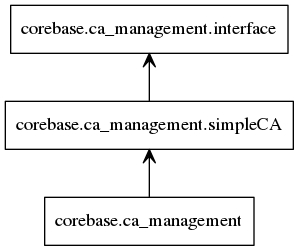
The Graphviz diagram docs/_static/png/ca_management_packages.png in luisza/dfva, before a commit. Its source is kept beside it as docs/_static/dot/ca_management_packages.dot. The source it was exported from:
```dot
digraph "packages" {
charset="utf-8"
rankdir=BT
"0" [label="corebase.ca_management", shape="box"];
"1" [label="corebase.ca_management.interface", shape="box"];
"2" [label="corebase.ca_management.simpleCA", shape="box"];
"0" -> "2" [arrowhead="open", arrowtail="none"];
"2" -> "1" [arrowhead="open", arrowtail="none"];
}
```
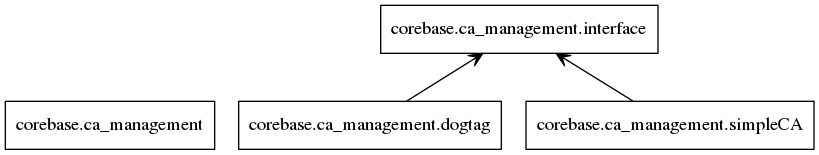
After the commit.

What changed in the source:
```diff
@@ -2,8 +2,9 @@
 charset="utf-8"
 rankdir=BT
 "0" [label="corebase.ca_management", shape="box"];
-"1" [label="corebase.ca_management.interface", shape="box"];
-"2" [label="corebase.ca_management.simpleCA", shape="box"];
-"0" -> "2" [arrowhead="open", arrowtail="none"];
-"2" -> "1" [arrowhead="open", arrowtail="none"];
+"1" [label="corebase.ca_management.dogtag", shape="box"];
+"2" [label="corebase.ca_management.interface", shape="box"];
+"3" [label="corebase.ca_management.simpleCA", shape="box"];
+"1" -> "2" [arrowhead="open", arrowtail="none"];
+"3" -> "2" [arrowhead="open", arrowtail="none"];
 }
```
